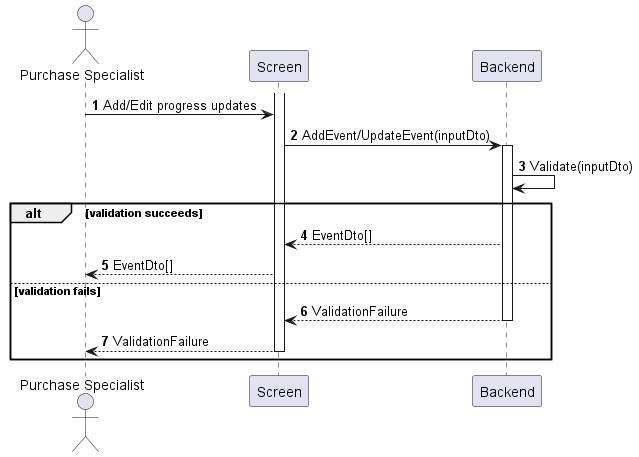
This is sequences/purchase-order-update-progress.png from phihungha/scmss-reqs, a PlantUML export, as it was before one commit.
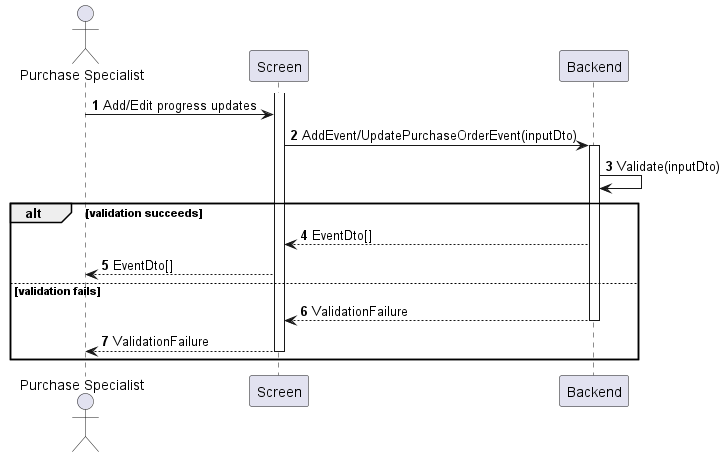
The same diagram one commit later.

The edit, as a diff of the source:
```diff
@@ -7,7 +7,7 @@
 
 activate f
 a -> f : Add/Edit progress updates
-f -> b : AddEvent/UpdateEvent(inputDto)
+f -> b : AddEvent/UpdatePurchaseOrderEvent(inputDto)
 activate b
 b -> b : Validate(inputDto)
 
```
